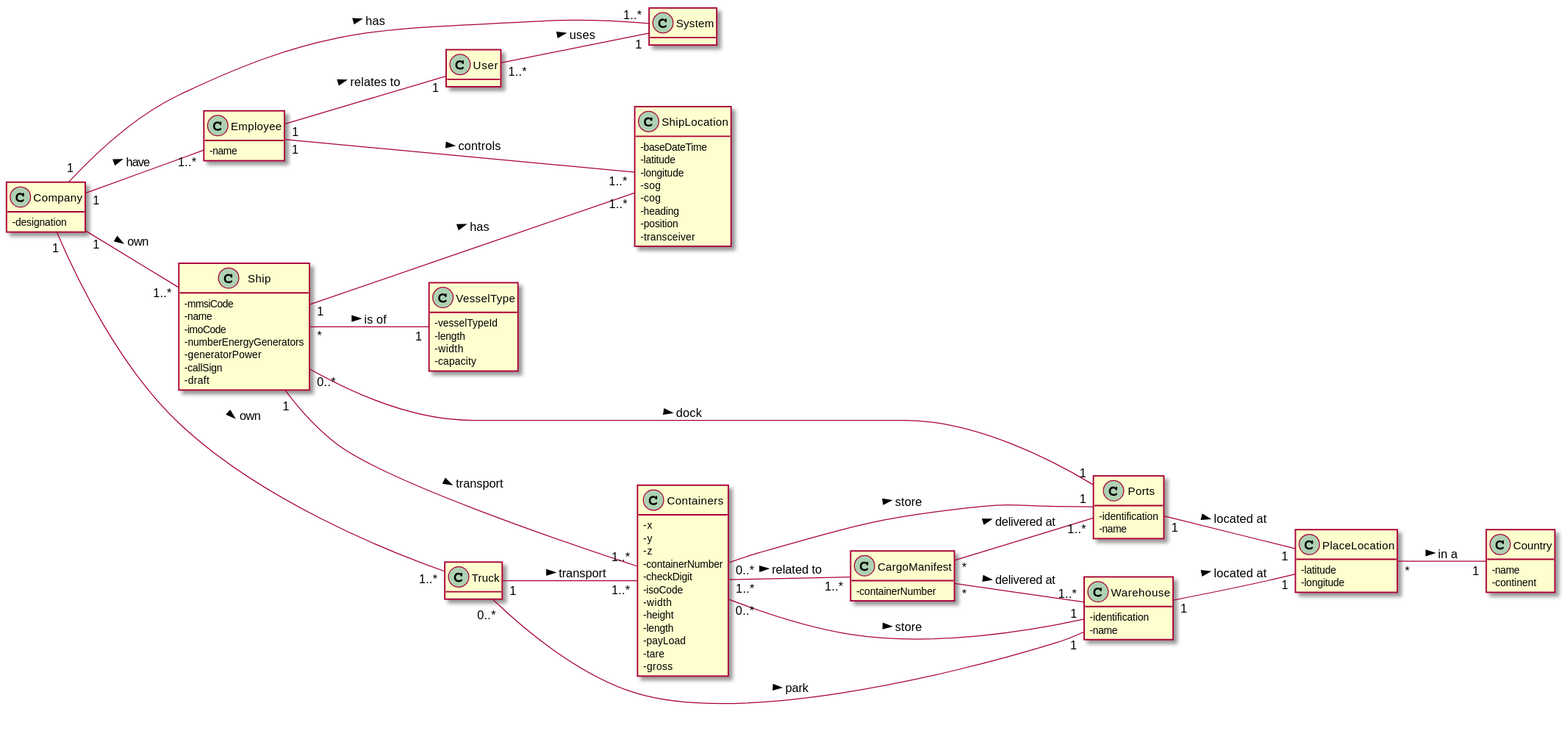
Before: docs/DM.svg, a diagram exported from PlantUML (0franciscor/lapr3-2021-g042).
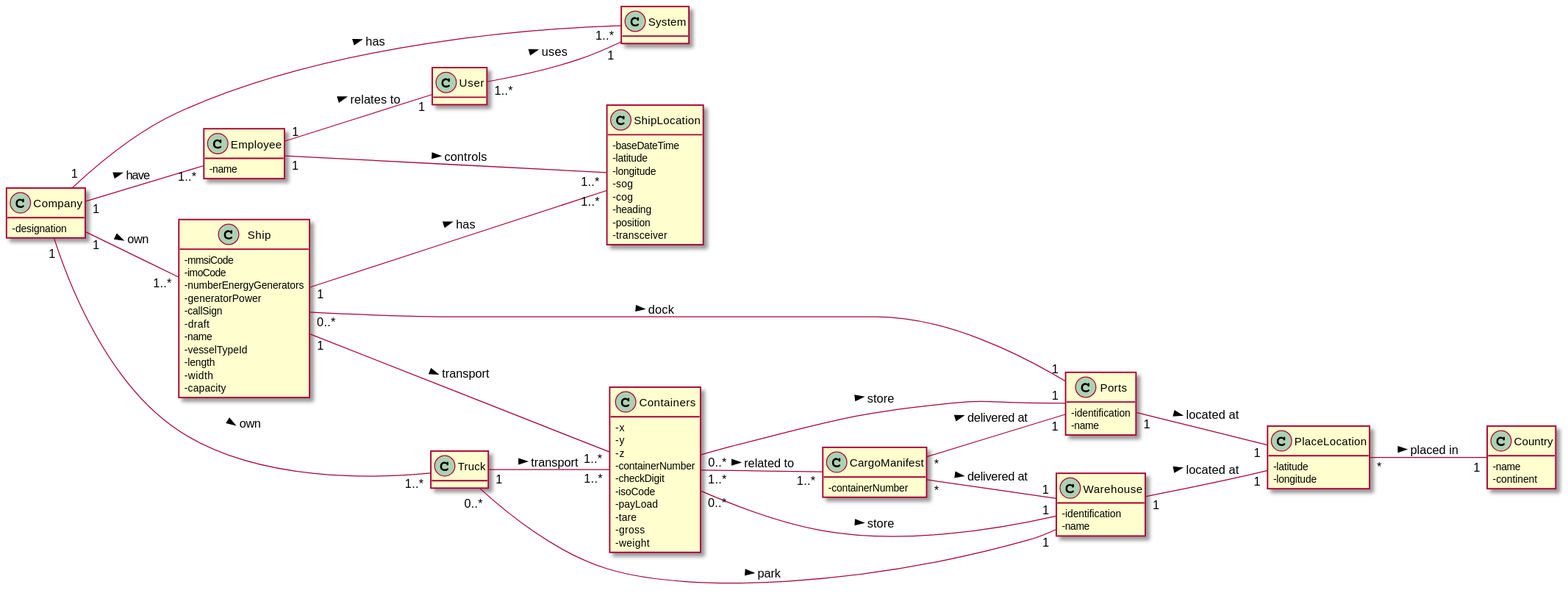
The same file after the commit.

Change to the diagram source:
```diff
@@ -19,12 +19,10 @@
 -containerNumber
 -checkDigit
 -isoCode
--width
--height
--length
 -payLoad
 -tare
 -gross
+-weight
 }
 
 class CargoManifest {
@@ -33,20 +31,19 @@
 
 class Ship {
 -mmsiCode
--name
 -imoCode
 -numberEnergyGenerators
 -generatorPower
 -callSign
 -draft
-}
-
-class VesselType {
+-name
 -vesselTypeId
 -length
 -width
 -capacity
 }
+
+
 
 class Ports {
 -identification
@@ -83,11 +80,11 @@
 -transceiver
 }
 
-CargoManifest "*" -- "1..*" Ports : delivered at >
-CargoManifest "*" -- "1..*" Warehouse : delivered at >
+CargoManifest "*" -- "1" Ports : delivered at >
+CargoManifest "*" -- "1" Warehouse : delivered at >
 
 Company "1"--"1..*" Ship: own >
-Company "1" -- "1..*" System : has >
+Company "1" - "1..*" System : has >
 Company "1"--"1..*" Employee: have >
 Company "1"--"1..*" Truck: own >
 
@@ -95,14 +92,13 @@
 Containers "0..*"--"1" Ports: store >
 Containers "0..*"--"1" Warehouse: store >
 
-PlaceLocation "*" -- "1" Country : in a >
+PlaceLocation "*" -- "1" Country : placed in >
 
 Ports "1" -- "1" PlaceLocation : located at >
 
 Ship "1"---"1..*" Containers : transport >
 Ship "0..*"--"1" Ports: dock >
 Ship "1" -- "1..*" ShipLocation : has >
-Ship "*" -- "1" VesselType : is of >
 
 Employee "1" --- "1..*" ShipLocation : controls >
 Employee "1" -- "1" User : relates to >
```
